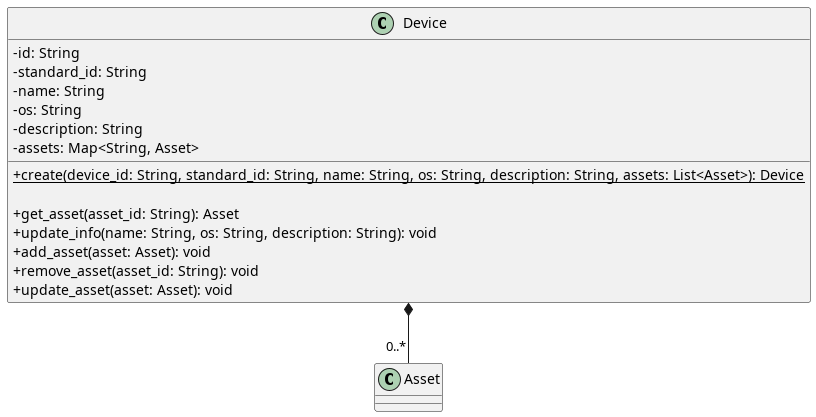
This is src/PB/DocumentazioneEsterna/Specifica_Tecnica/content/uml/png/CreateDevice/Device.png from GroupRubberDuck/Documentazione, a PlantUML export, as it was before one commit.
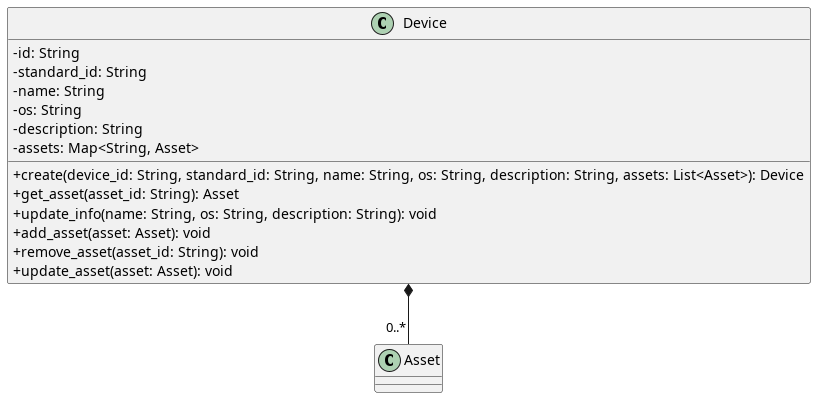
The same diagram one commit later.

Change to the diagram source:
```diff
@@ -10,8 +10,7 @@
     - description: String
     - assets: Map<String, Asset>
 
-    + {static} create(device_id: String, standard_id: String, name: String, os: String, description: String, assets: List<Asset>): Device
-
+    + create(device_id: String, standard_id: String, name: String, os: String, description: String, assets: List<Asset>): Device
     + get_asset(asset_id: String): Asset
     + update_info(name: String, os: String, description: String): void
     + add_asset(asset: Asset): void
```
